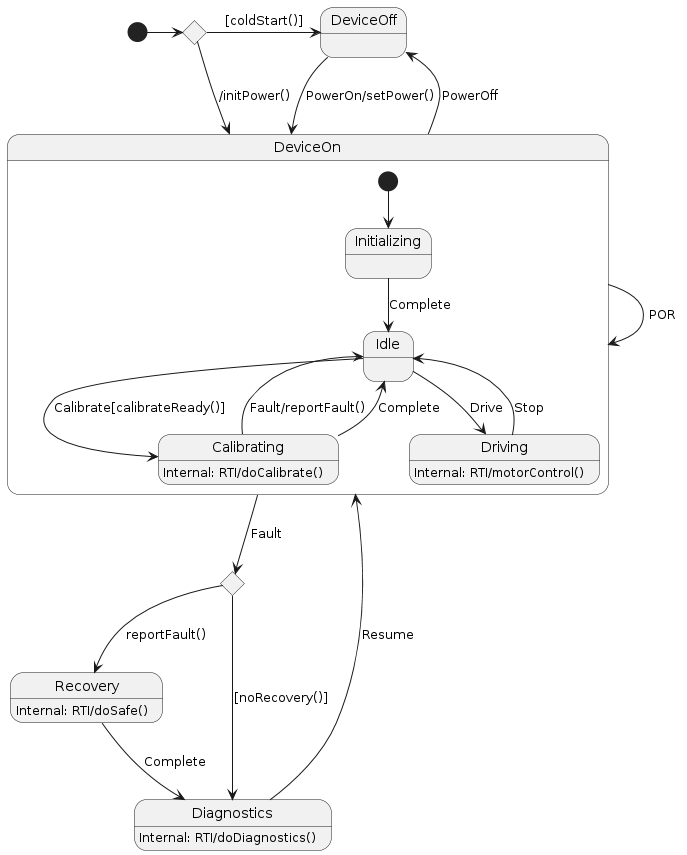
Earlier version of the PlantUML export docs/spec/Device.png (nasa/fpp).
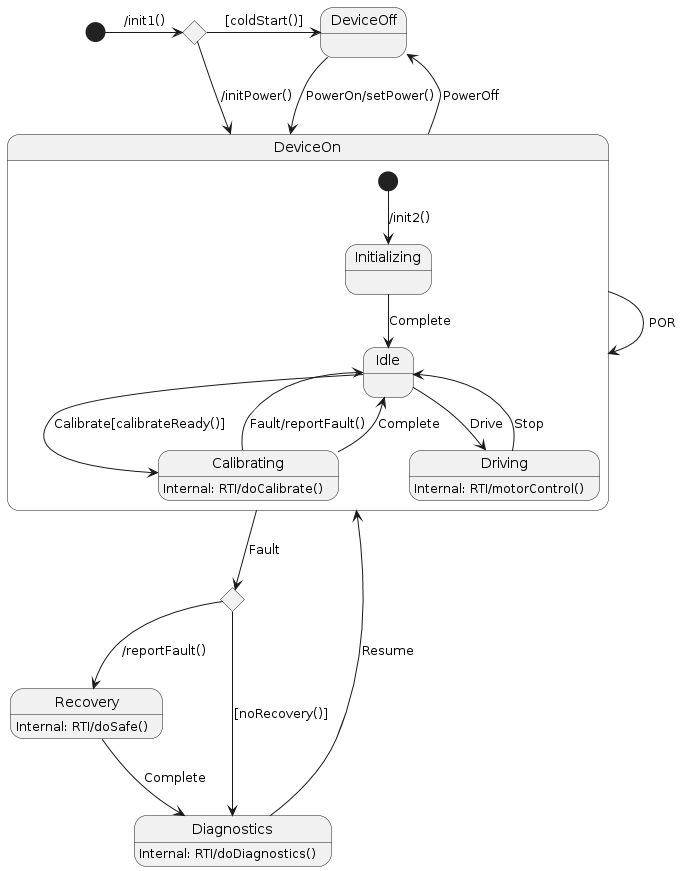
Above is the later version.

The edit, as a diff of the source:
```diff
@@ -2,7 +2,7 @@
 state DeviceOff
 
 state DeviceOn {
-    [*] --> Initializing
+    [*] --> Initializing:/init2()
 
     state Initializing
 
@@ -26,7 +26,7 @@
 
 state g1 <<choice>>
 
-[*] -> g1
+[*] -> g1:/init1()
 g1 -> DeviceOff: [coldStart()]
 g1 -> DeviceOn:/initPower()
 
@@ -42,7 +42,7 @@
 DeviceOff --> DeviceOn: PowerOn/setPower()
 DeviceOn --> DeviceOff: PowerOff
 DeviceOn --> g2: Fault
-g2 --> Recovery: reportFault()
+g2 --> Recovery: /reportFault()
 g2 --> Diagnostics: [noRecovery()]
 Diagnostics --> DeviceOn: Resume
 Recovery --> Diagnostics: Complete
```
